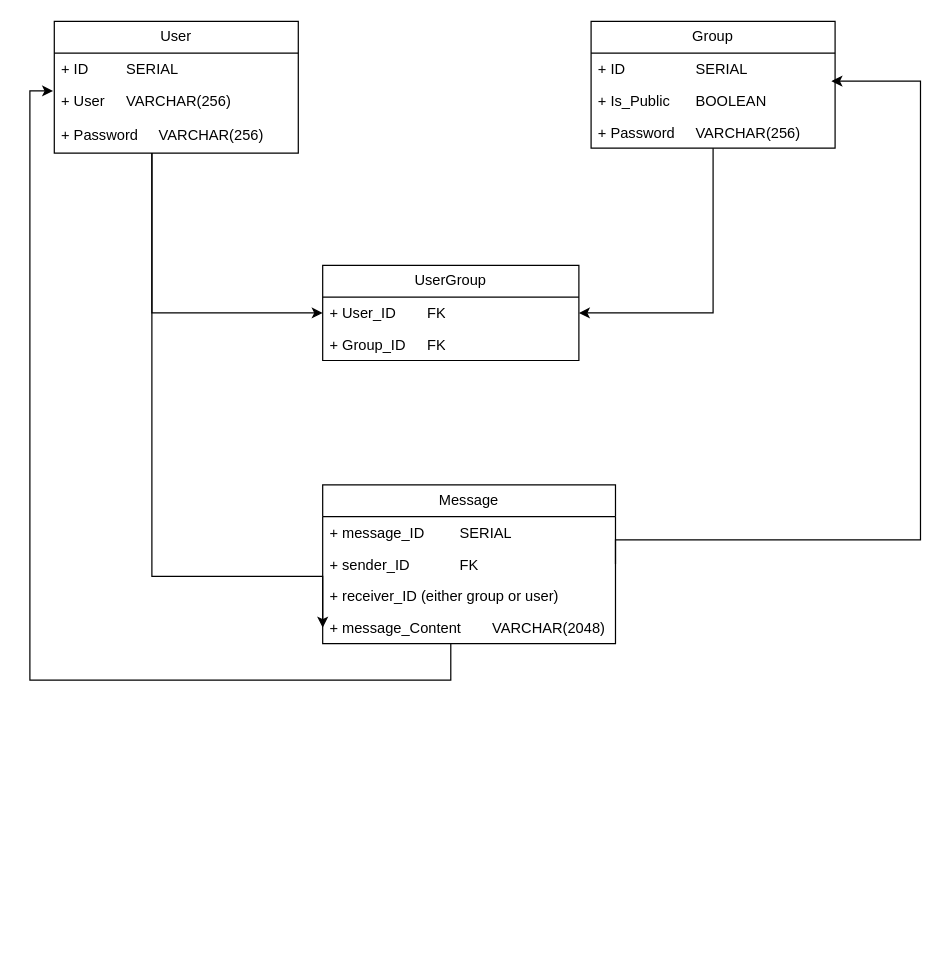
Above: db/db_plan.drawio in touljaboy/js-projo (draw.io), before the change. Source tidied: cells renumbered, new cells numbered last; positions are measured from the earlier drawing's top-left corner, leaving out a move shared by most shapes. Both pictures are drawn from the tidied source at 122%, with x=0, y=0 at pixel (29, 21).
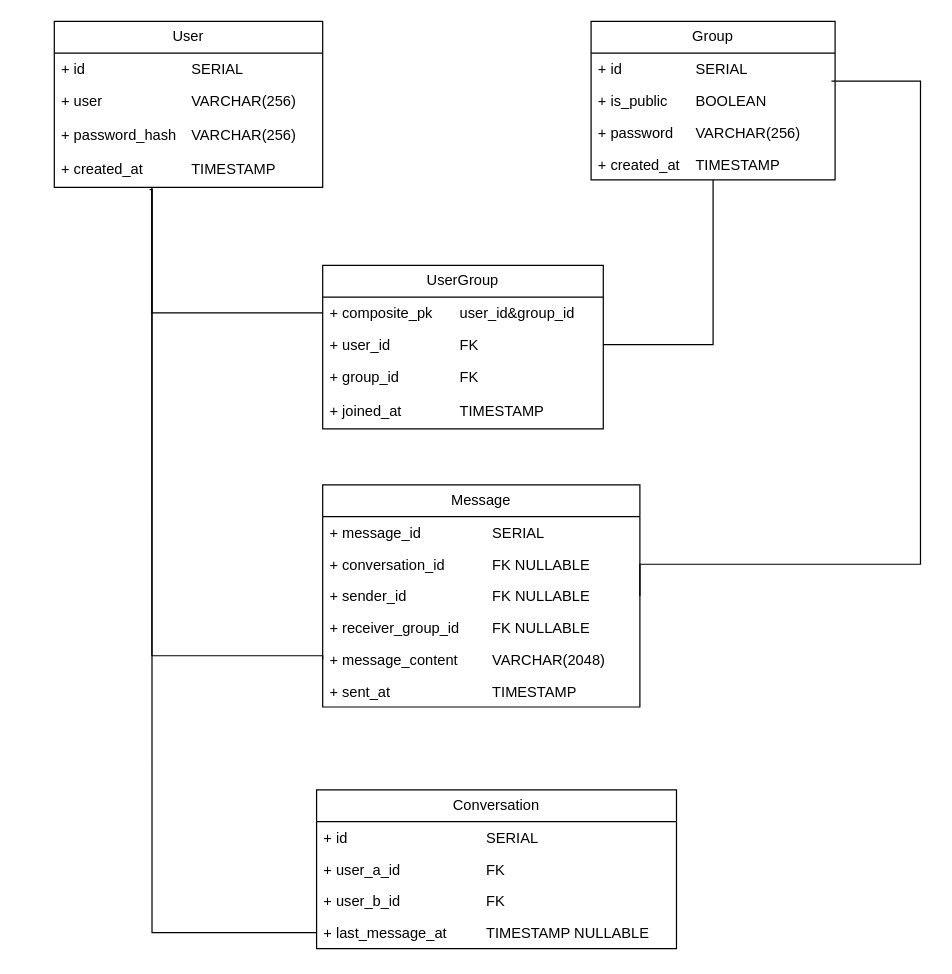
Above is the later version.

Change to the diagram source:
```diff
@@
-    <mxCell id="2" style="edgeStyle=orthogonalEdgeStyle;rounded=0;jettySize=auto;html=1;entryX=0;entryY=0.5;entryDx=0;entryDy=0;" parent="1" edge="1" source="3" target="20">
+    <mxCell id="2" style="edgeStyle=orthogonalEdgeStyle;rounded=0;jettySize=auto;html=1;entryX=0;entryY=0.5;entryDx=0;entryDy=0;endArrow=none;endFill=0;" parent="1" edge="1" source="3" target="20">
       <mxGeometry relative="1" as="geometry">
         <Array as="points">
-          <mxPoint x="100" y="455" />
+          <mxPoint x="100" y="520" />
+          <mxPoint x="240" y="520" />
         </Array>
       </mxGeometry>
     </mxCell>
     <mxCell id="3" value="User" style="swimlane;fontStyle=0;horizontal=1;startSize=26;fillColor=none;whiteSpace=wrap;html=1;" parent="1" vertex="1">
-      <mxGeometry x="20" width="200" height="108" as="geometry" />
+      <mxGeometry x="20" width="220" height="136" as="geometry" />
     </mxCell>
-    <mxCell id="4" value="+ ID&lt;span style=&quot;white-space: pre;&quot;&gt;&#9;&lt;/span&gt;&lt;span style=&quot;white-space: pre;&quot;&gt;&#9;&lt;/span&gt;SERIAL&lt;div&gt;&lt;br&gt;&lt;/div&gt;" style="text;strokeColor=none;fillColor=none;align=left;verticalAlign=top;spacingLeft=4;spacingRight=4;overflow=hidden;whiteSpace=wrap;html=1;" parent="3" vertex="1">
-      <mxGeometry y="26" width="200" height="26" as="geometry" />
+    <mxCell id="4" value="+ id&lt;span style=&quot;white-space: pre;&quot;&gt;&#9;&lt;/span&gt;&lt;span style=&quot;white-space: pre;&quot;&gt;&#9;&lt;span style=&quot;white-space: pre;&quot;&gt;&#9;&lt;span style=&quot;white-space: pre;&quot;&gt;&#9;&lt;/span&gt;&lt;/span&gt;&lt;/span&gt;SERIAL&lt;div&gt;&lt;br&gt;&lt;/div&gt;" style="text;strokeColor=none;fillColor=none;align=left;verticalAlign=top;spacingLeft=4;spacingRight=4;overflow=hidden;whiteSpace=wrap;html=1;" parent="3" vertex="1">
+      <mxGeometry y="26" width="220" height="26" as="geometry" />
     </mxCell>
-    <mxCell id="5" value="+ User&lt;span style=&quot;white-space: pre;&quot;&gt;&#9;&lt;/span&gt;VARCHAR(256)" style="text;strokeColor=none;fillColor=none;align=left;verticalAlign=top;spacingLeft=4;spacingRight=4;overflow=hidden;points=[[0,0.5],[1,0.5]];portConstraint=eastwest;whiteSpace=wrap;html=1;" parent="3" vertex="1">
-      <mxGeometry y="52" width="200" height="28" as="geometry" />
+    <mxCell id="5" value="+ user&lt;span style=&quot;white-space: pre;&quot;&gt;&#9;&lt;span style=&quot;white-space: pre;&quot;&gt;&#9;&lt;span style=&quot;white-space: pre;&quot;&gt;&#9;&lt;/span&gt;&lt;/span&gt;&lt;/span&gt;VARCHAR(256)" style="text;strokeColor=none;fillColor=none;align=left;verticalAlign=top;spacingLeft=4;spacingRight=4;overflow=hidden;points=[[0,0.5],[1,0.5]];portConstraint=eastwest;whiteSpace=wrap;html=1;" parent="3" vertex="1">
+      <mxGeometry y="52" width="220" height="28" as="geometry" />
     </mxCell>
-    <mxCell id="6" value="+ Password&lt;span style=&quot;white-space: pre;&quot;&gt;&#9;&lt;/span&gt;VARCHAR(256)" style="text;strokeColor=none;fillColor=none;align=left;verticalAlign=top;spacingLeft=4;spacingRight=4;overflow=hidden;points=[[0,0.5],[1,0.5]];portConstraint=eastwest;whiteSpace=wrap;html=1;" parent="3" vertex="1">
-      <mxGeometry y="80" width="200" height="28" as="geometry" />
+    <mxCell id="6" value="+ password_hash&lt;span style=&quot;white-space: pre;&quot;&gt;&#9;&lt;/span&gt;VARCHAR(256)" style="text;strokeColor=none;fillColor=none;align=left;verticalAlign=top;spacingLeft=4;spacingRight=4;overflow=hidden;points=[[0,0.5],[1,0.5]];portConstraint=eastwest;whiteSpace=wrap;html=1;" parent="3" vertex="1">
+      <mxGeometry y="80" width="220" height="28" as="geometry" />
     </mxCell>
+    <mxCell id="23" value="+ created_at&lt;span style=&quot;white-space: pre;&quot;&gt;&#9;&lt;span style=&quot;white-space: pre;&quot;&gt;&#9;&lt;/span&gt;&lt;/span&gt;TIMESTAMP" style="text;strokeColor=none;fillColor=none;align=left;verticalAlign=top;spacingLeft=4;spacingRight=4;overflow=hidden;points=[[0,0.5],[1,0.5]];portConstraint=eastwest;whiteSpace=wrap;html=1;" parent="3" vertex="1">
+      <mxGeometry y="108" width="220" height="28" as="geometry" />
+    </mxCell>
-    <mxCell id="7" style="edgeStyle=orthogonalEdgeStyle;rounded=0;jettySize=auto;html=1;" parent="1" edge="1" source="8" target="13">
+    <mxCell id="7" style="edgeStyle=orthogonalEdgeStyle;rounded=0;jettySize=auto;html=1;endArrow=none;endFill=0;" parent="1" edge="1" source="8" target="13">
       <mxGeometry relative="1" as="geometry" />
     </mxCell>
     <mxCell id="8" value="Group" style="swimlane;fontStyle=0;horizontal=1;startSize=26;fillColor=none;whiteSpace=wrap;html=1;" parent="1" vertex="1">
-      <mxGeometry x="460" width="200" height="104" as="geometry" />
+      <mxGeometry x="460" width="200" height="130" as="geometry" />
     </mxCell>
-    <mxCell id="9" value="+ ID&lt;span style=&quot;white-space: pre;&quot;&gt;&#9;&lt;/span&gt;&lt;span style=&quot;white-space: pre;&quot;&gt;&#9;&lt;/span&gt;&lt;span style=&quot;white-space: pre;&quot;&gt;&#9;&lt;/span&gt;SERIAL&lt;span style=&quot;white-space: pre;&quot;&gt;&#9;&lt;/span&gt;" style="text;strokeColor=none;fillColor=none;align=left;verticalAlign=top;spacingLeft=4;spacingRight=4;overflow=hidden;points=[[0,0.5],[1,0.5]];portConstraint=eastwest;whiteSpace=wrap;html=1;" parent="8" vertex="1">
+    <mxCell id="9" value="+ id&lt;span style=&quot;white-space: pre;&quot;&gt;&#9;&lt;/span&gt;&lt;span style=&quot;white-space: pre;&quot;&gt;&#9;&lt;/span&gt;&lt;span style=&quot;white-space: pre;&quot;&gt;&#9;&lt;/span&gt;SERIAL&lt;span style=&quot;white-space: pre;&quot;&gt;&#9;&lt;/span&gt;" style="text;strokeColor=none;fillColor=none;align=left;verticalAlign=top;spacingLeft=4;spacingRight=4;overflow=hidden;points=[[0,0.5],[1,0.5]];portConstraint=eastwest;whiteSpace=wrap;html=1;" parent="8" vertex="1">
       <mxGeometry y="26" width="200" height="26" as="geometry" />
     </mxCell>
-    <mxCell id="10" value="+ Is_Public&lt;span style=&quot;white-space: pre;&quot;&gt;&#9;&lt;/span&gt;BOOLEAN" style="text;strokeColor=none;fillColor=none;align=left;verticalAlign=top;spacingLeft=4;spacingRight=4;overflow=hidden;whiteSpace=wrap;html=1;" parent="8" vertex="1">
+    <mxCell id="10" value="+ is_public&lt;span style=&quot;white-space: pre;&quot;&gt;&#9;&lt;/span&gt;BOOLEAN" style="text;strokeColor=none;fillColor=none;align=left;verticalAlign=top;spacingLeft=4;spacingRight=4;overflow=hidden;whiteSpace=wrap;html=1;" parent="8" vertex="1">
       <mxGeometry y="52" width="200" height="26" as="geometry" />
     </mxCell>
-    <mxCell id="11" value="+ Password&lt;span style=&quot;white-space: pre;&quot;&gt;&#9;&lt;/span&gt;VARCHAR(256)" style="text;strokeColor=none;fillColor=none;align=left;verticalAlign=top;spacingLeft=4;spacingRight=4;overflow=hidden;whiteSpace=wrap;html=1;" parent="8" vertex="1">
+    <mxCell id="11" value="+ password&lt;span style=&quot;white-space: pre;&quot;&gt;&#9;&lt;/span&gt;VARCHAR(256)" style="text;strokeColor=none;fillColor=none;align=left;verticalAlign=top;spacingLeft=4;spacingRight=4;overflow=hidden;whiteSpace=wrap;html=1;" parent="8" vertex="1">
       <mxGeometry y="78" width="200" height="26" as="geometry" />
     </mxCell>
+    <mxCell id="24" value="+ created_at&lt;span style=&quot;white-space: pre;&quot;&gt;&#9;&lt;/span&gt;TIMESTAMP" style="text;strokeColor=none;fillColor=none;align=left;verticalAlign=top;spacingLeft=4;spacingRight=4;overflow=hidden;whiteSpace=wrap;html=1;" parent="8" vertex="1">
+      <mxGeometry y="104" width="200" height="26" as="geometry" />
+    </mxCell>
     <mxCell id="12" value="UserGroup" style="swimlane;fontStyle=0;horizontal=1;startSize=26;fillColor=none;whiteSpace=wrap;html=1;" parent="1" vertex="1">
-      <mxGeometry x="240" y="200" width="210" height="78" as="geometry" />
+      <mxGeometry x="240" y="200" width="230" height="134" as="geometry" />
     </mxCell>
+    <mxCell id="25" value="+ composite_pk&lt;span style=&quot;white-space: pre;&quot;&gt;&#9;&lt;/span&gt;user_id&amp;amp;group_id" style="text;strokeColor=none;fillColor=none;align=left;verticalAlign=top;spacingLeft=4;spacingRight=4;overflow=hidden;whiteSpace=wrap;html=1;" parent="12" vertex="1">
+      <mxGeometry y="26" width="230" height="26" as="geometry" />
+    </mxCell>
-    <mxCell id="13" value="+ User_ID&lt;span style=&quot;white-space: pre;&quot;&gt;&#9;&lt;/span&gt;FK" style="text;strokeColor=none;fillColor=none;align=left;verticalAlign=top;spacingLeft=4;spacingRight=4;overflow=hidden;points=[[0,0.5],[1,0.5]];portConstraint=eastwest;whiteSpace=wrap;html=1;" parent="12" vertex="1">
-      <mxGeometry y="26" width="210" height="26" as="geometry" />
+    <mxCell id="13" value="+ user_id&lt;span style=&quot;white-space: pre;&quot;&gt;&#9;&lt;/span&gt;&lt;span style=&quot;white-space: pre;&quot;&gt;&#9;&lt;span style=&quot;white-space: pre;&quot;&gt;&#9;&lt;/span&gt;&lt;/span&gt;FK" style="text;strokeColor=none;fillColor=none;align=left;verticalAlign=top;spacingLeft=4;spacingRight=4;overflow=hidden;points=[[0,0.5],[1,0.5]];portConstraint=eastwest;whiteSpace=wrap;html=1;" parent="12" vertex="1">
+      <mxGeometry y="52" width="230" height="26" as="geometry" />
     </mxCell>
-    <mxCell id="14" value="+ Group_ID&lt;span style=&quot;white-space: pre;&quot;&gt;&#9;&lt;/span&gt;FK" style="text;strokeColor=none;fillColor=none;align=left;verticalAlign=top;spacingLeft=4;spacingRight=4;overflow=hidden;whiteSpace=wrap;html=1;" parent="12" vertex="1">
-      <mxGeometry y="52" width="210" height="26" as="geometry" />
+    <mxCell id="14" value="+ group_id&lt;span style=&quot;white-space: pre;&quot;&gt;&#9;&lt;span style=&quot;white-space: pre;&quot;&gt;&#9;&lt;/span&gt;&lt;/span&gt;FK" style="text;strokeColor=none;fillColor=none;align=left;verticalAlign=top;spacingLeft=4;spacingRight=4;overflow=hidden;whiteSpace=wrap;html=1;" parent="12" vertex="1">
+      <mxGeometry y="78" width="230" height="28" as="geometry" />
     </mxCell>
+    <mxCell id="26" value="+ joined_at&lt;span style=&quot;white-space: pre;&quot;&gt;&#9;&lt;span style=&quot;white-space: pre;&quot;&gt;&#9;&lt;/span&gt;&lt;/span&gt;TIMESTAMP" style="text;strokeColor=none;fillColor=none;align=left;verticalAlign=top;spacingLeft=4;spacingRight=4;overflow=hidden;whiteSpace=wrap;html=1;" parent="12" vertex="1">
+      <mxGeometry y="106" width="230" height="28" as="geometry" />
+    </mxCell>
-    <mxCell id="15" style="edgeStyle=orthogonalEdgeStyle;rounded=0;jettySize=auto;html=1;" parent="1" edge="1" source="6" target="12">
+    <mxCell id="15" style="edgeStyle=orthogonalEdgeStyle;rounded=0;jettySize=auto;html=1;exitX=0.355;exitY=1.071;exitDx=0;exitDy=0;exitPerimeter=0;endArrow=none;endFill=0;" parent="1" edge="1" source="23" target="12">
       <mxGeometry relative="1" as="geometry">
         <Array as="points">
+          <mxPoint x="100" y="138" />
           <mxPoint x="100" y="239" />
         </Array>
       </mxGeometry>
     </mxCell>
     <mxCell id="16" value="Message" style="swimlane;fontStyle=0;horizontal=1;startSize=26;fillColor=none;whiteSpace=wrap;html=1;" parent="1" vertex="1">
-      <mxGeometry x="240" y="380" width="240" height="130" as="geometry" />
+      <mxGeometry x="240" y="380" width="260" height="182" as="geometry" />
     </mxCell>
-    <mxCell id="17" value="+ message_ID&lt;span style=&quot;white-space: pre;&quot;&gt;&#9;&lt;/span&gt;&lt;span style=&quot;white-space: pre;&quot;&gt;&#9;&lt;/span&gt;SERIAL" style="text;strokeColor=none;fillColor=none;align=left;verticalAlign=top;spacingLeft=4;spacingRight=4;overflow=hidden;whiteSpace=wrap;html=1;" parent="16" vertex="1">
-      <mxGeometry y="26" width="240" height="26" as="geometry" />
+    <mxCell id="17" value="+ message_id&lt;span style=&quot;white-space: pre;&quot;&gt;&#9;&lt;/span&gt;&lt;span style=&quot;white-space: pre;&quot;&gt;&#9;&lt;span style=&quot;white-space: pre;&quot;&gt;&#9;&lt;/span&gt;&lt;/span&gt;SERIAL" style="text;strokeColor=none;fillColor=none;align=left;verticalAlign=top;spacingLeft=4;spacingRight=4;overflow=hidden;whiteSpace=wrap;html=1;" parent="16" vertex="1">
+      <mxGeometry y="26" width="260" height="26" as="geometry" />
     </mxCell>
+    <mxCell id="19" value="+ conversation_id&lt;span style=&quot;white-space: pre;&quot;&gt;&#9;&lt;/span&gt;&amp;nbsp;&lt;span style=&quot;white-space: pre;&quot;&gt;&#9;&lt;/span&gt;FK NULLABLE&lt;span style=&quot;white-space: pre;&quot;&gt;&#9;&lt;/span&gt;" style="text;strokeColor=none;fillColor=none;align=left;verticalAlign=top;spacingLeft=4;spacingRight=4;overflow=hidden;whiteSpace=wrap;html=1;" parent="16" vertex="1">
+      <mxGeometry y="52" width="260" height="26" as="geometry" />
+    </mxCell>
-    <mxCell id="18" value="+ sender_ID&lt;span style=&quot;white-space: pre;&quot;&gt;&#9;&lt;span style=&quot;white-space: pre;&quot;&gt;&#9;&lt;/span&gt;FK&lt;/span&gt;" style="text;strokeColor=none;fillColor=none;align=left;verticalAlign=top;spacingLeft=4;spacingRight=4;overflow=hidden;points=[[0,0.5],[1,0.5]];portConstraint=eastwest;whiteSpace=wrap;html=1;" parent="16" vertex="1">
-      <mxGeometry y="52" width="240" height="26" as="geometry" />
+    <mxCell id="18" value="+ sender_id&lt;span style=&quot;white-space: pre;&quot;&gt;&#9;&lt;span style=&quot;white-space: pre;&quot;&gt;&#9;&lt;span style=&quot;white-space: pre;&quot;&gt;&#9;&lt;/span&gt;&lt;/span&gt;FK&lt;/span&gt;&amp;nbsp;NULLABLE" style="text;strokeColor=none;fillColor=none;align=left;verticalAlign=top;spacingLeft=4;spacingRight=4;overflow=hidden;points=[[0,0.5],[1,0.5]];portConstraint=eastwest;whiteSpace=wrap;html=1;" parent="16" vertex="1">
+      <mxGeometry y="78" width="260" height="26" as="geometry" />
     </mxCell>
-    <mxCell id="19" value="+ receiver_ID (either group or user)&lt;span style=&quot;white-space: pre;&quot;&gt;&#9;&lt;/span&gt;" style="text;strokeColor=none;fillColor=none;align=left;verticalAlign=top;spacingLeft=4;spacingRight=4;overflow=hidden;whiteSpace=wrap;html=1;" parent="16" vertex="1">
-      <mxGeometry y="78" width="240" height="26" as="geometry" />
-    </mxCell>
+    <mxCell id="27" value="+ receiver_group_id&amp;nbsp;&lt;span style=&quot;white-space: pre;&quot;&gt;&#9;&lt;/span&gt;FK NULLABLE" style="text;strokeColor=none;fillColor=none;align=left;verticalAlign=top;spacingLeft=4;spacingRight=4;overflow=hidden;whiteSpace=wrap;html=1;" parent="16" vertex="1">
+      <mxGeometry y="104" width="260" height="26" as="geometry" />
+    </mxCell>
-    <mxCell id="20" value="+ message_Content&lt;span style=&quot;white-space: pre;&quot;&gt;&#9;&lt;/span&gt;VARCHAR(2048)" style="text;strokeColor=none;fillColor=none;align=left;verticalAlign=top;spacingLeft=4;spacingRight=4;overflow=hidden;points=[[0,0.5],[1,0.5]];portConstraint=eastwest;whiteSpace=wrap;html=1;" parent="16" vertex="1">
-      <mxGeometry y="104" width="240" height="26" as="geometry" />
+    <mxCell id="20" value="+ message_content&lt;span style=&quot;white-space: pre;&quot;&gt;&#9;&lt;/span&gt;VARCHAR(2048)" style="text;strokeColor=none;fillColor=none;align=left;verticalAlign=top;spacingLeft=4;spacingRight=4;overflow=hidden;points=[[0,0.5],[1,0.5]];portConstraint=eastwest;whiteSpace=wrap;html=1;" parent="16" vertex="1">
+      <mxGeometry y="130" width="260" height="26" as="geometry" />
     </mxCell>
-    <mxCell id="21" style="edgeStyle=orthogonalEdgeStyle;rounded=0;jettySize=auto;html=1;entryX=-0.005;entryY=0.179;entryDx=0;entryDy=0;entryPerimeter=0;" parent="1" edge="1" source="20" target="5">
-      <mxGeometry relative="1" as="geometry">
-        <Array as="points">
-          <mxPoint x="345" y="540" />
-          <mxPoint y="540" />
-          <mxPoint y="57" />
-        </Array>
-      </mxGeometry>
-    </mxCell>
+    <mxCell id="28" value="+ sent_at&lt;span style=&quot;white-space: pre;&quot;&gt;&#9;&lt;span style=&quot;white-space: pre;&quot;&gt;&#9;&lt;/span&gt;&lt;span style=&quot;white-space: pre;&quot;&gt;&#9;&lt;/span&gt;&lt;span style=&quot;white-space: pre;&quot;&gt;&#9;&lt;/span&gt;T&lt;/span&gt;IMESTAMP" style="text;strokeColor=none;fillColor=none;align=left;verticalAlign=top;spacingLeft=4;spacingRight=4;overflow=hidden;whiteSpace=wrap;html=1;" parent="16" vertex="1">
+      <mxGeometry y="156" width="260" height="26" as="geometry" />
+    </mxCell>
-    <mxCell id="22" style="edgeStyle=orthogonalEdgeStyle;rounded=0;jettySize=auto;html=1;entryX=0.985;entryY=0.885;entryDx=0;entryDy=0;entryPerimeter=0;exitX=1;exitY=0.5;exitDx=0;exitDy=0;" parent="1" edge="1" source="18" target="9">
+    <mxCell id="22" style="edgeStyle=orthogonalEdgeStyle;rounded=0;jettySize=auto;html=1;entryX=0.985;entryY=0.885;entryDx=0;entryDy=0;entryPerimeter=0;exitX=1;exitY=0.5;exitDx=0;exitDy=0;endArrow=none;endFill=0;" parent="1" edge="1" source="18" target="9">
       <mxGeometry relative="1" as="geometry">
         <Array as="points">
-          <mxPoint x="480" y="425" />
-          <mxPoint x="730" y="425" />
+          <mxPoint x="730" y="445" />
           <mxPoint x="730" y="49" />
         </Array>
       </mxGeometry>
     </mxCell>
+    <mxCell id="29" value="Conversation" style="swimlane;fontStyle=0;horizontal=1;startSize=26;fillColor=none;whiteSpace=wrap;html=1;" parent="1" vertex="1">
+      <mxGeometry x="235" y="630" width="295" height="130" as="geometry" />
+    </mxCell>
+    <mxCell id="30" value="+ id&lt;span style=&quot;white-space: pre;&quot;&gt;&#9;&lt;/span&gt;&lt;span style=&quot;white-space: pre;&quot;&gt;&#9;&lt;/span&gt;&lt;span style=&quot;white-space: pre;&quot;&gt;&#9;&lt;/span&gt;&lt;span style=&quot;white-space: pre;&quot;&gt;&#9;&lt;span style=&quot;white-space: pre;&quot;&gt;&#9;&lt;/span&gt;&lt;/span&gt;SERIAL" style="text;strokeColor=none;fillColor=none;align=left;verticalAlign=top;spacingLeft=4;spacingRight=4;overflow=hidden;whiteSpace=wrap;html=1;" parent="29" vertex="1">
+      <mxGeometry y="26" width="295" height="26" as="geometry" />
+    </mxCell>
+    <mxCell id="31" value="+ user_a_id&lt;span style=&quot;white-space: pre;&quot;&gt;&#9;&lt;/span&gt;&lt;span style=&quot;white-space: pre;&quot;&gt;&lt;span style=&quot;white-space: pre;&quot;&gt;&#9;&lt;span style=&quot;white-space: pre;&quot;&gt;&#9;&lt;/span&gt;&lt;/span&gt;FK&lt;/span&gt;" style="text;strokeColor=none;fillColor=none;align=left;verticalAlign=top;spacingLeft=4;spacingRight=4;overflow=hidden;whiteSpace=wrap;html=1;" parent="29" vertex="1">
+      <mxGeometry y="52" width="295" height="26" as="geometry" />
+    </mxCell>
+    <mxCell id="32" value="+ user_b_id&lt;span style=&quot;white-space: pre;&quot;&gt;&#9;&lt;/span&gt;&lt;span style=&quot;white-space: pre;&quot;&gt;&#9;&lt;/span&gt;&amp;nbsp;&lt;span style=&quot;white-space: pre;&quot;&gt;&#9;&lt;/span&gt;FK&amp;nbsp;" style="text;strokeColor=none;fillColor=none;align=left;verticalAlign=top;spacingLeft=4;spacingRight=4;overflow=hidden;whiteSpace=wrap;html=1;" parent="29" vertex="1">
+      <mxGeometry y="78" width="295" height="26" as="geometry" />
+    </mxCell>
+    <mxCell id="33" value="+ last_message_at&lt;span style=&quot;white-space: pre;&quot;&gt;&#9;&lt;/span&gt;&amp;nbsp;&lt;span style=&quot;white-space: pre;&quot;&gt;&#9;&lt;/span&gt;TIMESTAMP NULLABLE" style="text;strokeColor=none;fillColor=none;align=left;verticalAlign=top;spacingLeft=4;spacingRight=4;overflow=hidden;points=[[0,0.5],[1,0.5]];portConstraint=eastwest;whiteSpace=wrap;html=1;" parent="29" vertex="1">
+      <mxGeometry y="104" width="295" height="26" as="geometry" />
+    </mxCell>
+    <mxCell id="34" style="edgeStyle=orthogonalEdgeStyle;rounded=0;jettySize=auto;html=1;exitX=0.364;exitY=1.036;exitDx=0;exitDy=0;exitPerimeter=0;endArrow=none;endFill=0;" parent="1" edge="1" source="23" target="33">
+      <mxGeometry relative="1" as="geometry" />
+    </mxCell>
```
